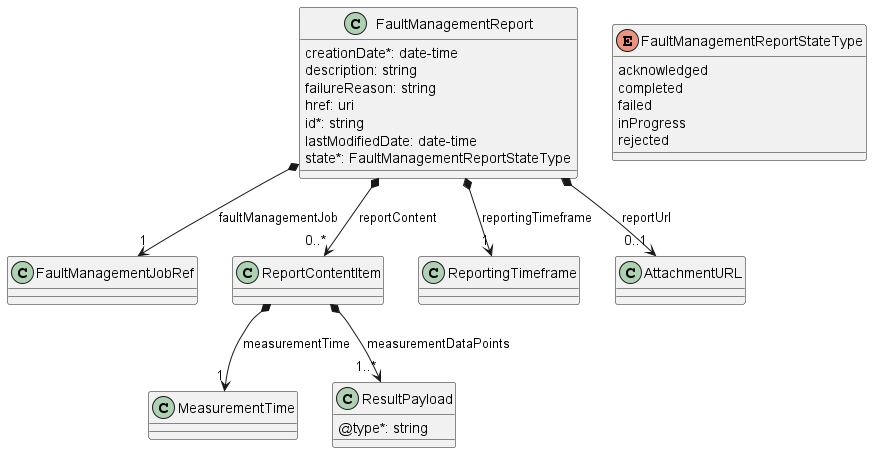
Before: documentation/serviceApi/fm/media/faultManagementReportModel.png, a diagram exported from PlantUML (MEF-GIT/MEF-LSO-Legato-SDK).
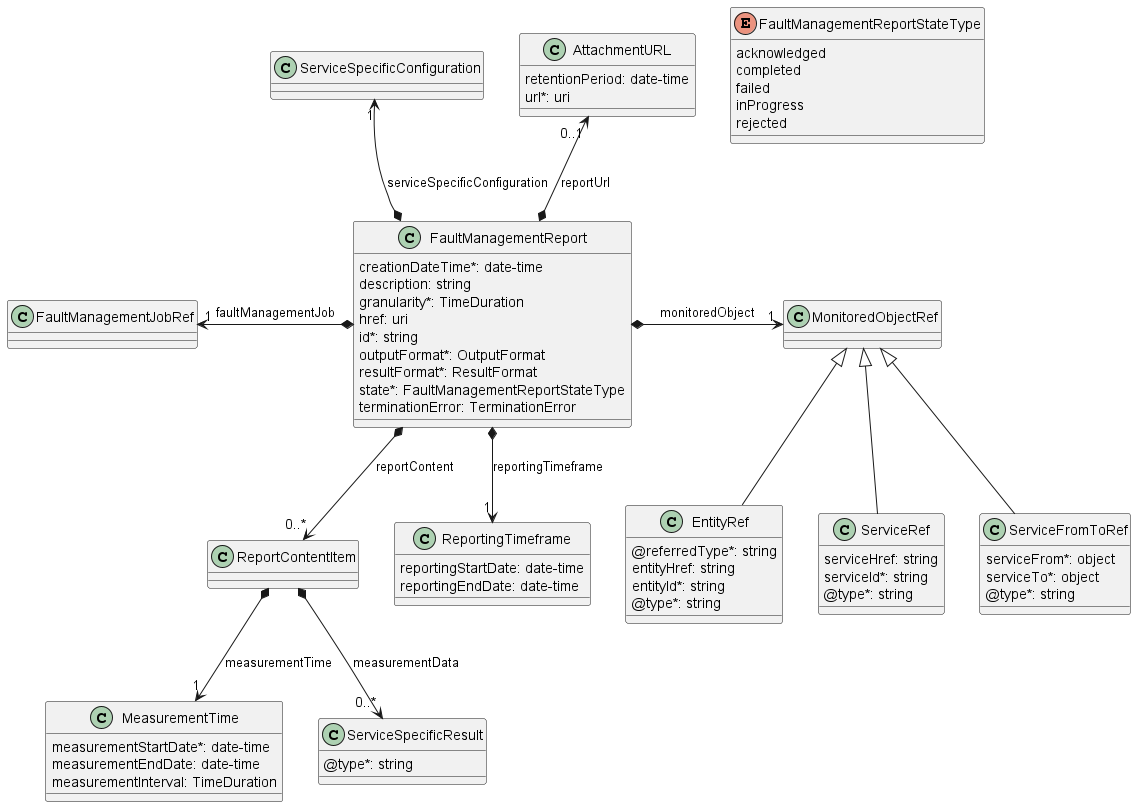
The same diagram one commit later.

Diff of the diagram source:
```diff
@@ -1,19 +1,23 @@
 @startuml faultManagementReportModel
 
 class FaultManagementReport {
-
-    creationDate*: date-time
+    creationDateTime*: date-time
     description: string
-    failureReason: string
+    granularity*: TimeDuration
     href: uri
     id*: string
-    lastModifiedDate: date-time
+    outputFormat*: OutputFormat
+    resultFormat*: ResultFormat
     state*: FaultManagementReportStateType
+    terminationError: TerminationError
 }
-FaultManagementReport *-->"1" FaultManagementJobRef : faultManagementJob
+
+FaultManagementReport *-l->"1" FaultManagementJobRef : faultManagementJob
+FaultManagementReport *-r->"1" MonitoredObjectRef : monitoredObject
 FaultManagementReport *-->"0..*" ReportContentItem : reportContent
 FaultManagementReport *-->"1" ReportingTimeframe : reportingTimeframe
-FaultManagementReport *-->"0..1" AttachmentURL : reportUrl
+FaultManagementReport *-u->"0..1" AttachmentURL : reportUrl
+FaultManagementReport *-u->"1" ServiceSpecificConfiguration : serviceSpecificConfiguration
 
 enum FaultManagementReportStateType {
     acknowledged
@@ -28,11 +32,53 @@
 }
 
 ReportContentItem *-->"1" MeasurementTime : measurementTime
-ReportContentItem *-->"1..*" ResultPayload : measurementDataPoints
+ReportContentItem *-->"0..*" ServiceSpecificResult : measurementData
 
-class ResultPayload {
-
+class ServiceSpecificResult {
     @type*: string
 }
 
+class ReportingTimeframe {
+    reportingStartDate: date-time
+    reportingEndDate: date-time
+}
+
+class MeasurementTime {
+    measurementStartDate*: date-time
+    measurementEndDate: date-time
+    measurementInterval: TimeDuration
+}
+
+class AttachmentURL {
+    retentionPeriod: date-time
+    url*: uri
+}
+
+class MonitoredObjectRef {
+
+}
+
+class EntityRef {
+    @referredType*: string
+    entityHref: string
+    entityId*: string
+    @type*: string
+}
+
+class ServiceRef {
+    serviceHref: string
+    serviceId*: string
+    @type*: string
+}
+
+class ServiceFromToRef {
+    serviceFrom*: object
+    serviceTo*: object
+    @type*: string
+}
+
+MonitoredObjectRef <|-- EntityRef
+MonitoredObjectRef <|-- ServiceFromToRef
+MonitoredObjectRef <|-- ServiceRef
+
 @enduml
```
